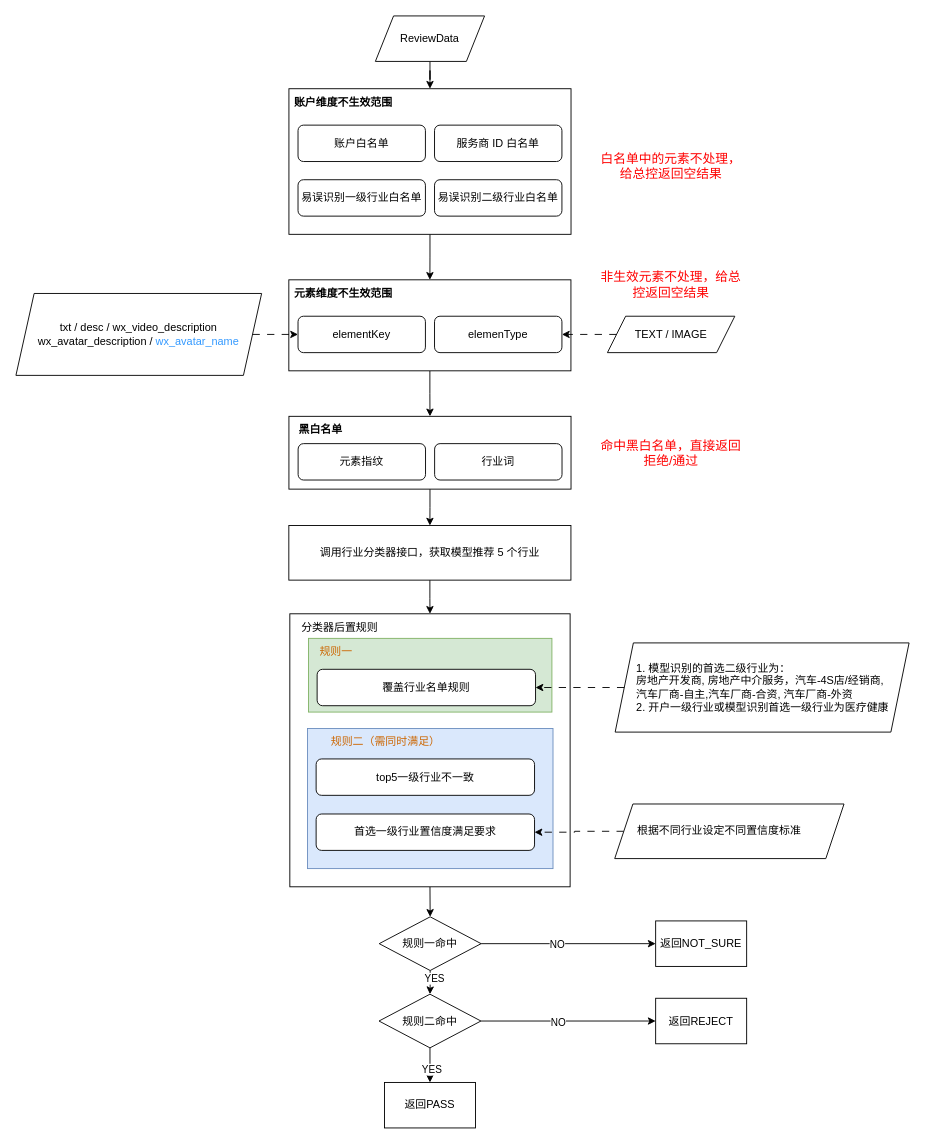
Earlier version of the draw.io diagram review/行业一致性适配3.0.drawio (IntronCheng/mydraw). Source tidied: cells renumbered, new cells numbered last; positions are measured from the earlier drawing's top-left corner, leaving out a move shared by most shapes. Both pictures are drawn from the tidied source at 91%, with x=0, y=0 at pixel (15, 15).
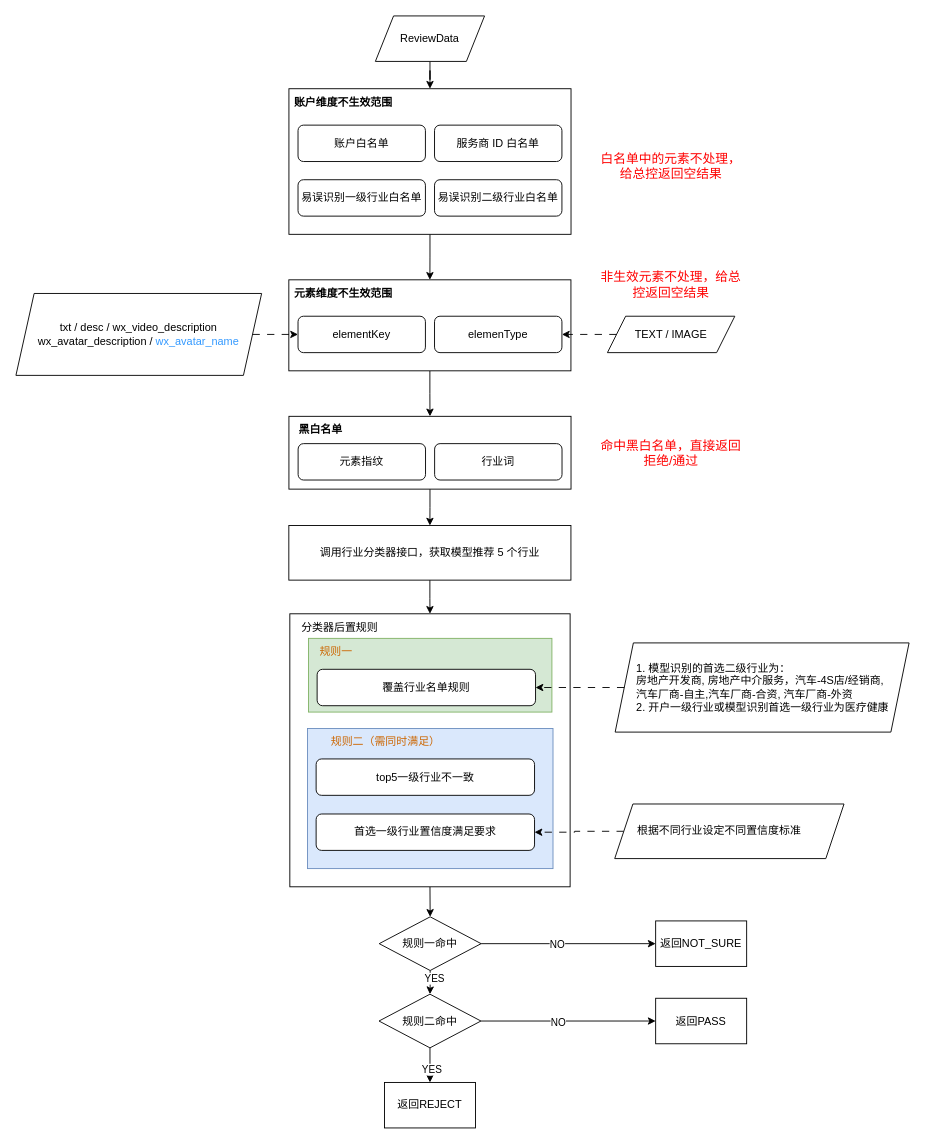
After the change.

Commit message (it also covers changes not shown here):
更新行业一致性适配3.0.drawio

Change to the diagram source:
```diff
@@
-    <mxCell id="18" value="返回REJECT" style="rounded=0;whiteSpace=wrap;html=1;" parent="1" vertex="1">
+    <mxCell id="18" value="返回PASS" style="rounded=0;whiteSpace=wrap;html=1;" parent="1" vertex="1">
       <mxGeometry x="703" y="1079.5" width="100" height="50" as="geometry" />
     </mxCell>
@@
-    <mxCell id="28" value="返回PASS" style="rounded=0;whiteSpace=wrap;html=1;" parent="1" vertex="1">
+    <mxCell id="28" value="返回REJECT" style="rounded=0;whiteSpace=wrap;html=1;" parent="1" vertex="1">
       <mxGeometry x="405" y="1172" width="100" height="50" as="geometry" />
     </mxCell>
```
